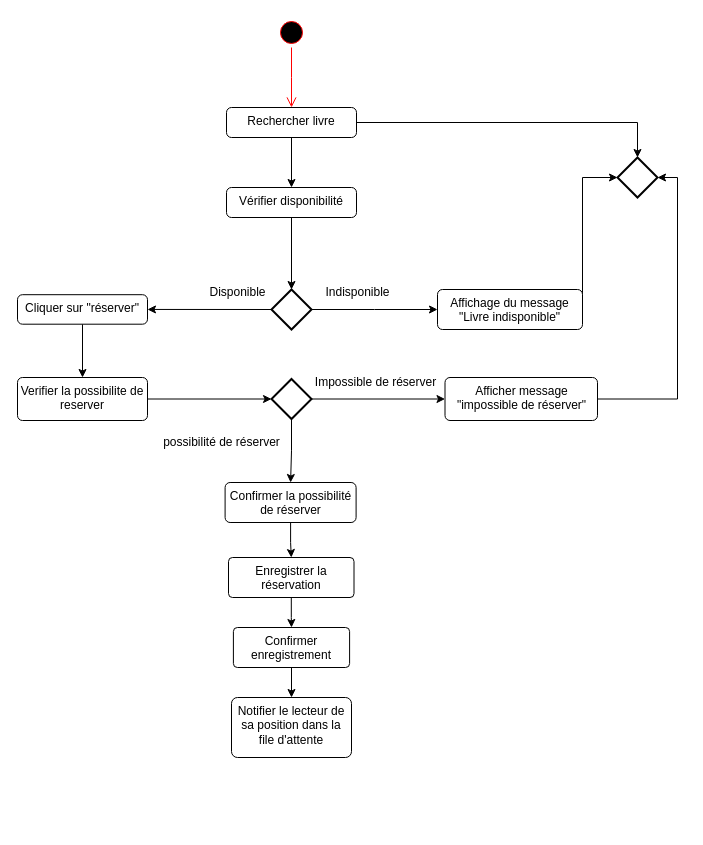
Above: conception/diagActivite.drawio in NaimaFarhi/PFA1_GardenBook (draw.io), before the change. Source tidied: cells renumbered, new cells numbered last; positions are measured from the earlier drawing's top-left corner, leaving out a move shared by most shapes. Both pictures are drawn from the tidied source at 100%, with x=0, y=0 at pixel (17, 17).
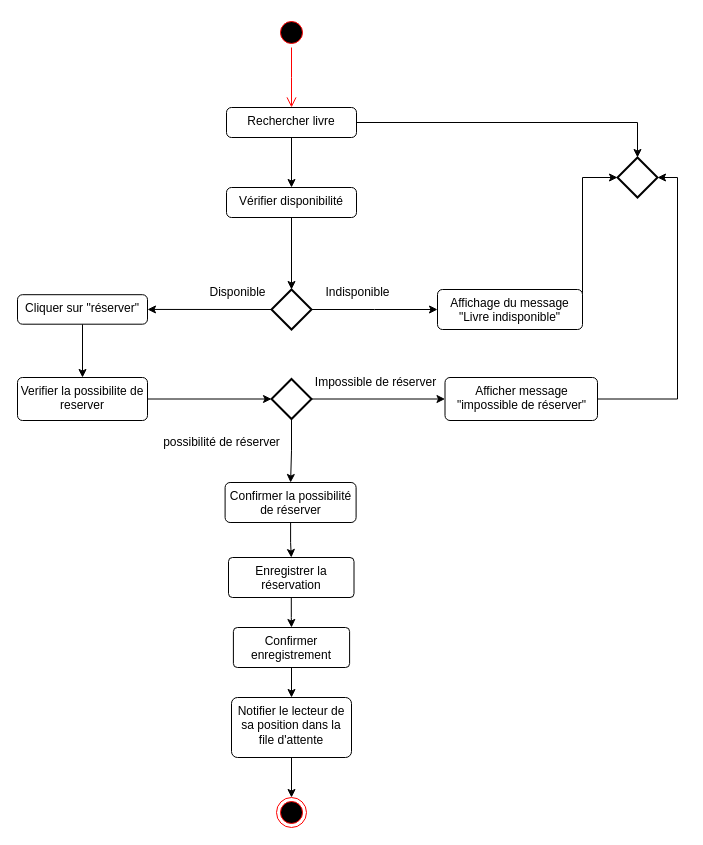
After the change.

The change refers to these unchanged cells:
```xml
<mxCell id="34" value="Notifier le lecteur de sa position dans la file d'attente" style="whiteSpace=wrap;html=1;verticalAlign=top;rounded=1;arcSize=10;dashed=0;" parent="1" vertex="1">
  <mxGeometry x="214" y="680" width="120" height="60" as="geometry" />
</mxCell>
```

Diff of the diagram source:
```diff
@@
+    <mxCell id="35" style="edgeStyle=none;html=1;exitX=0.5;exitY=1;exitDx=0;exitDy=0;entryX=0.5;entryY=0;entryDx=0;entryDy=0;" parent="1" edge="1" source="34" target="36">
+      <mxGeometry relative="1" as="geometry" />
+    </mxCell>
@@
+    <mxCell id="36" style="ellipse;html=1;shape=endState;fillColor=#000000;strokeColor=#ff0000;" parent="1" vertex="1">
+      <mxGeometry x="259" y="780" width="30" height="30" as="geometry" />
+    </mxCell>
```
